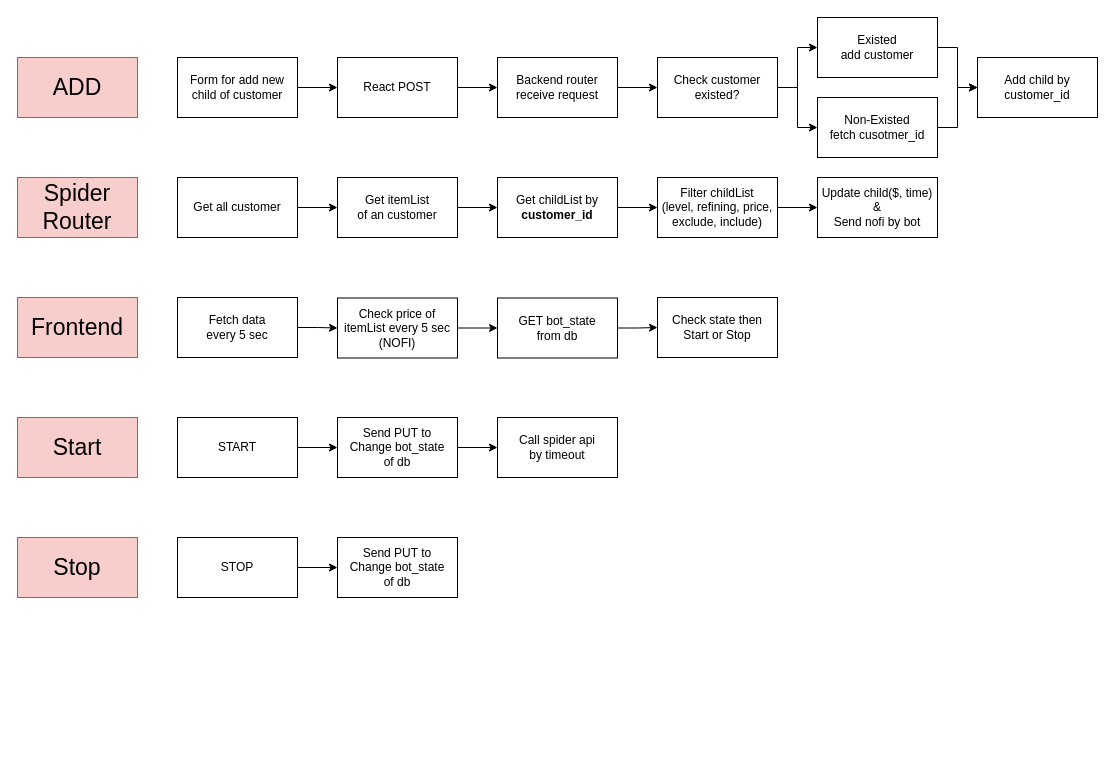
Before: flow.drawio in neat1144/ro-price-bot, a draw.io diagram. Source tidied: cells renumbered, new cells numbered last; positions are measured from the earlier drawing's top-left corner, leaving out a move shared by most shapes. Both pictures are drawn from the tidied source at 100%, with x=0, y=0 at pixel (17, 17).
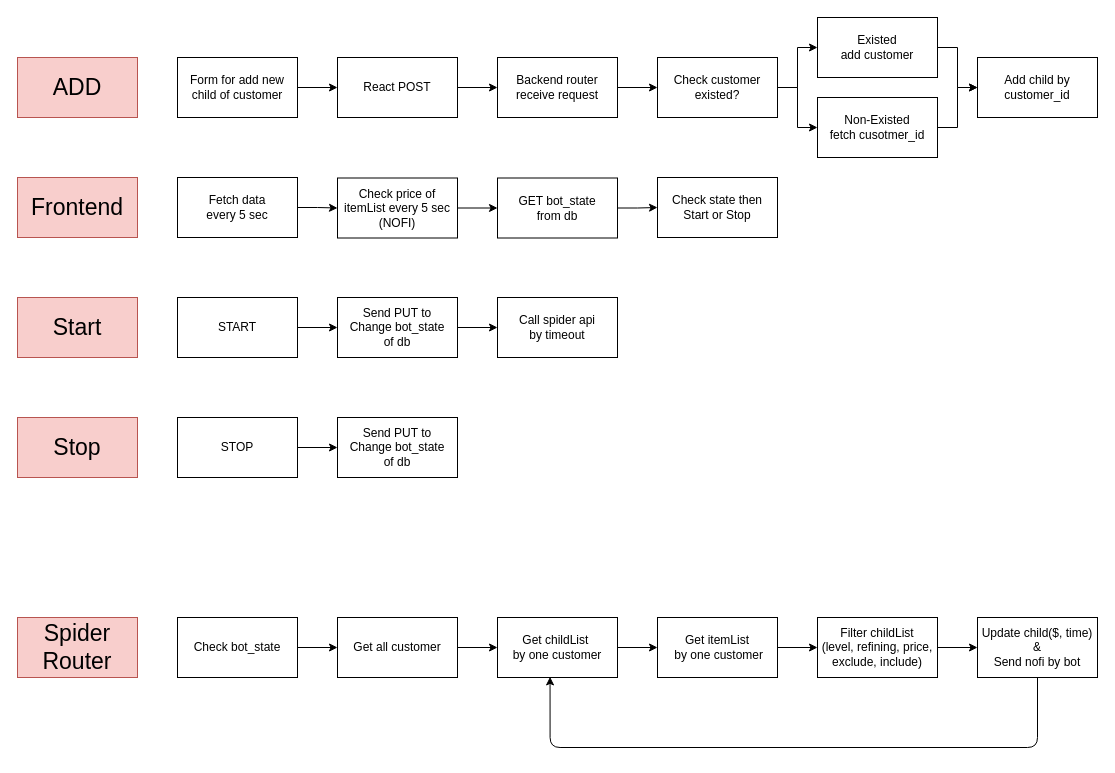
The same page after the edit.

The edit, as a diff of the source:
```diff
@@
     <mxCell id="11" value="Spider&lt;br&gt;Router" style="text;html=1;strokeColor=#b85450;fillColor=#f8cecc;align=center;verticalAlign=middle;whiteSpace=wrap;rounded=0;fontSize=23;" parent="1" vertex="1">
-      <mxGeometry y="160" width="120" height="60" as="geometry" />
+      <mxGeometry y="600" width="120" height="60" as="geometry" />
     </mxCell>
@@
     <mxCell id="13" value="Get all customer" style="rounded=0;whiteSpace=wrap;html=1;fontSize=12;" parent="1" vertex="1">
-      <mxGeometry x="160" y="160" width="120" height="60" as="geometry" />
+      <mxGeometry x="320" y="600" width="120" height="60" as="geometry" />
     </mxCell>
@@
     <mxCell id="15" value="Filter childList&lt;br&gt;(level, refining, price, exclude, include)" style="rounded=0;whiteSpace=wrap;html=1;fontSize=12;" parent="1" vertex="1">
-      <mxGeometry x="640" y="160" width="120" height="60" as="geometry" />
+      <mxGeometry x="800" y="600" width="120" height="60" as="geometry" />
     </mxCell>
@@
-    <mxCell id="17" value="Get childList by&lt;br&gt;&lt;b&gt;customer_id&lt;/b&gt;" style="rounded=0;whiteSpace=wrap;html=1;fontSize=12;" parent="1" vertex="1">
-      <mxGeometry x="480" y="160" width="120" height="60" as="geometry" />
+    <mxCell id="17" value="Get itemList&lt;br&gt;&amp;nbsp;by one customer" style="rounded=0;whiteSpace=wrap;html=1;fontSize=12;" parent="1" vertex="1">
+      <mxGeometry x="640" y="600" width="120" height="60" as="geometry" />
     </mxCell>
+    <mxCell id="45" style="edgeStyle=orthogonalEdgeStyle;html=1;exitX=0.5;exitY=1;exitDx=0;exitDy=0;entryX=0.438;entryY=0.99;entryDx=0;entryDy=0;entryPerimeter=0;" parent="1" edge="1" source="18" target="44">
+      <mxGeometry relative="1" as="geometry">
+        <Array as="points">
+          <mxPoint x="1020" y="730" />
+          <mxPoint x="533" y="730" />
+        </Array>
+      </mxGeometry>
+    </mxCell>
     <mxCell id="18" value="Update child($, time)&lt;br&gt;&amp;amp;&lt;br&gt;Send nofi by bot" style="rounded=0;whiteSpace=wrap;html=1;fontSize=12;" parent="1" vertex="1">
-      <mxGeometry x="800" y="160" width="120" height="60" as="geometry" />
+      <mxGeometry x="960" y="600" width="120" height="60" as="geometry" />
     </mxCell>
     <mxCell id="19" value="Frontend" style="text;html=1;strokeColor=#b85450;fillColor=#f8cecc;align=center;verticalAlign=middle;whiteSpace=wrap;rounded=0;fontSize=23;" parent="1" vertex="1">
-      <mxGeometry y="280" width="120" height="60" as="geometry" />
+      <mxGeometry y="160" width="120" height="60" as="geometry" />
     </mxCell>
@@
     <mxCell id="21" value="START" style="rounded=0;whiteSpace=wrap;html=1;fontSize=12;" parent="1" vertex="1">
-      <mxGeometry x="160" y="400" width="120" height="60" as="geometry" />
+      <mxGeometry x="160" y="280" width="120" height="60" as="geometry" />
     </mxCell>
@@
     <mxCell id="23" value="Send PUT to&lt;br style=&quot;border-color: var(--border-color);&quot;&gt;Change bot_state&lt;br&gt;of db" style="rounded=0;whiteSpace=wrap;html=1;fontSize=12;" parent="1" vertex="1">
-      <mxGeometry x="320" y="400" width="120" height="60" as="geometry" />
+      <mxGeometry x="320" y="280" width="120" height="60" as="geometry" />
     </mxCell>
     <mxCell id="24" value="Call spider api&lt;br&gt;by timeout" style="rounded=0;whiteSpace=wrap;html=1;fontSize=12;" parent="1" vertex="1">
-      <mxGeometry x="480" y="400" width="120" height="60" as="geometry" />
+      <mxGeometry x="480" y="280" width="120" height="60" as="geometry" />
     </mxCell>
@@
     <mxCell id="26" value="Check price of itemList every 5 sec&lt;br&gt;(NOFI)" style="rounded=0;whiteSpace=wrap;html=1;fontSize=12;" parent="1" vertex="1">
-      <mxGeometry x="320" y="280.5" width="120" height="60" as="geometry" />
+      <mxGeometry x="320" y="160.5" width="120" height="60" as="geometry" />
     </mxCell>
@@
     <mxCell id="28" value="STOP" style="rounded=0;whiteSpace=wrap;html=1;fontSize=12;" parent="1" vertex="1">
-      <mxGeometry x="160" y="520" width="120" height="60" as="geometry" />
+      <mxGeometry x="160" y="400" width="120" height="60" as="geometry" />
     </mxCell>
@@
     <mxCell id="30" value="Fetch data&lt;br&gt;every 5 sec" style="rounded=0;whiteSpace=wrap;html=1;fontSize=12;" parent="1" vertex="1">
-      <mxGeometry x="160" y="280" width="120" height="60" as="geometry" />
+      <mxGeometry x="160" y="160" width="120" height="60" as="geometry" />
     </mxCell>
@@
     <mxCell id="37" value="Start" style="text;html=1;strokeColor=#b85450;fillColor=#f8cecc;align=center;verticalAlign=middle;whiteSpace=wrap;rounded=0;fontSize=23;" parent="1" vertex="1">
-      <mxGeometry y="400" width="120" height="60" as="geometry" />
+      <mxGeometry y="280" width="120" height="60" as="geometry" />
     </mxCell>
     <mxCell id="38" value="Send PUT to&lt;br&gt;Change bot_state&lt;br&gt;of db" style="rounded=0;whiteSpace=wrap;html=1;fontSize=12;" parent="1" vertex="1">
-      <mxGeometry x="320" y="520" width="120" height="60" as="geometry" />
+      <mxGeometry x="320" y="400" width="120" height="60" as="geometry" />
     </mxCell>
@@
     <mxCell id="40" value="GET bot_state &lt;br&gt;from db" style="rounded=0;whiteSpace=wrap;html=1;fontSize=12;" parent="1" vertex="1">
-      <mxGeometry x="480" y="280.5" width="120" height="60" as="geometry" />
+      <mxGeometry x="480" y="160.5" width="120" height="60" as="geometry" />
     </mxCell>
     <mxCell id="41" value="Check state then Start or Stop" style="whiteSpace=wrap;html=1;rounded=0;" parent="1" vertex="1">
-      <mxGeometry x="640" y="280" width="120" height="60" as="geometry" />
+      <mxGeometry x="640" y="160" width="120" height="60" as="geometry" />
     </mxCell>
     <mxCell id="42" value="Stop" style="text;html=1;strokeColor=#b85450;fillColor=#f8cecc;align=center;verticalAlign=middle;whiteSpace=wrap;rounded=0;fontSize=23;" parent="1" vertex="1">
-      <mxGeometry y="520" width="120" height="60" as="geometry" />
+      <mxGeometry y="400" width="120" height="60" as="geometry" />
     </mxCell>
@@
-    <mxCell id="44" value="Get itemList&lt;br&gt;of an customer" style="rounded=0;whiteSpace=wrap;html=1;" parent="1" vertex="1">
-      <mxGeometry x="320" y="160" width="120" height="60" as="geometry" />
+    <mxCell id="44" value="Get childList&amp;nbsp;&lt;br&gt;by one customer" style="rounded=0;whiteSpace=wrap;html=1;" parent="1" vertex="1">
+      <mxGeometry x="480" y="600" width="120" height="60" as="geometry" />
     </mxCell>
+    <mxCell id="46" style="edgeStyle=orthogonalEdgeStyle;html=1;exitX=1;exitY=0.5;exitDx=0;exitDy=0;entryX=0;entryY=0.5;entryDx=0;entryDy=0;" parent="1" edge="1" source="47" target="13">
+      <mxGeometry relative="1" as="geometry" />
+    </mxCell>
+    <mxCell id="47" value="Check bot_state" style="rounded=0;whiteSpace=wrap;html=1;fontSize=12;" parent="1" vertex="1">
+      <mxGeometry x="160" y="600" width="120" height="60" as="geometry" />
+    </mxCell>
```
